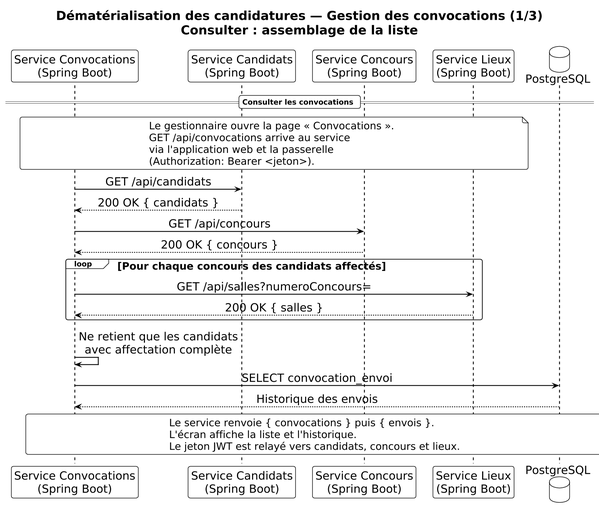
Earlier version of the PlantUML export diagramme-sequence-gestion-convocations-p1.png (mouadofficiel2003/PFE2).
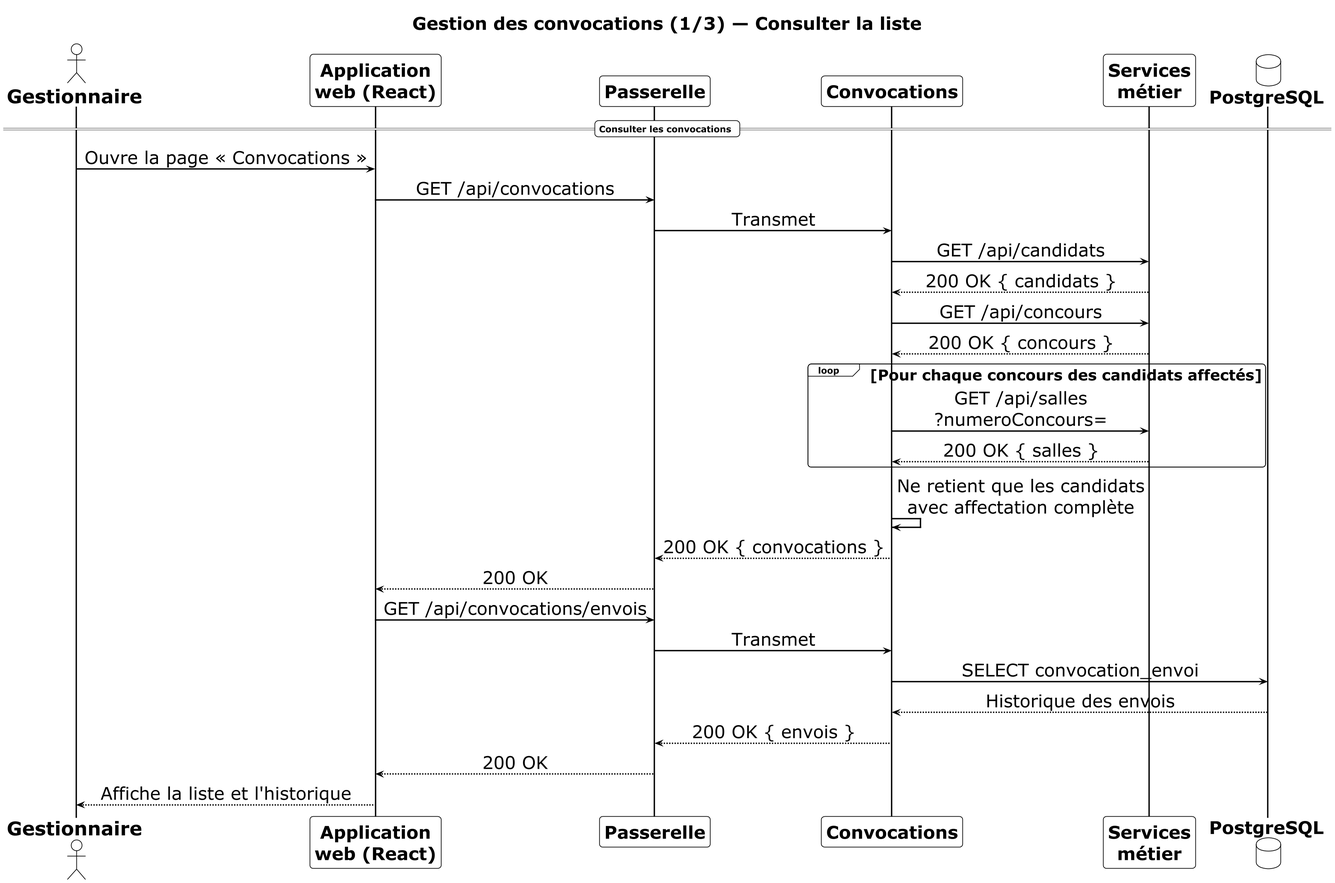
Later version of the same file.

The edit, as a diff of the source:
```diff
@@ -1,79 +1,84 @@
-@startuml
+@startuml diagramme-sequence-gestion-convocations-p1
 !theme plain
 skinparam shadowing false
-skinparam roundcorner 8
-skinparam dpi 150
+skinparam roundcorner 10
+skinparam dpi 180
 skinparam sequenceMessageAlign center
-skinparam responseMessageBelowArrow true
+skinparam responseMessageBelowArrow false
 
 <style>
 title {
-  FontSize 26
+  FontSize 32
   FontStyle bold
+  Margin 8
 }
 document {
-  FontSize 22
+  FontSize 26
 }
 sequenceDiagram {
   actor {
+    FontSize 28
+    FontStyle bold
+    Padding 8
+  }
+  participant {
+    FontSize 26
+    FontStyle bold
+    Padding 8
+  }
+  database {
+    FontSize 26
+    FontStyle bold
+    Padding 8
+  }
+  arrow {
+    FontSize 26
+    LineThickness 2
+  }
+  divider {
+    FontSize 24
+    FontStyle bold
+  }
+  group {
     FontSize 22
   }
-  participant {
-    FontSize 20
-  }
-  database {
-    FontSize 20
-  }
-  arrow {
-    FontSize 20
-    LineThickness 1.5
-  }
-  divider {
-    FontSize 20
-  }
-  group {
-    FontSize 18
-  }
-  note {
-    FontSize 18
-  }
   lifeLine {
-    LineThickness 1.5
+    LineThickness 2
   }
 }
 </style>
 
-title Dématérialisation des candidatures — Gestion des convocations (1/3)\nConsulter : assemblage de la liste
+title Gestion des convocations (1/3) — Consulter la liste
 
-participant "Service Convocations\n(Spring Boot)" as Conv
-participant "Service Candidats\n(Spring Boot)" as Cand
-participant "Service Concours\n(Spring Boot)" as Conc
-participant "Service Lieux\n(Spring Boot)" as Lieux
+actor "Gestionnaire" as Gest
+participant "Application\nweb (React)" as React
+participant "Passerelle" as GW
+participant "Convocations" as Conv
+participant "Services\nmétier" as Metier
 database "PostgreSQL" as DB
 
 == Consulter les convocations ==
-note over Conv, Lieux
-  Le gestionnaire ouvre la page « Convocations ».
-  GET /api/convocations arrive au service
-  via l'application web et la passerelle
-  (Authorization: Bearer <jeton>).
-end note
 
-Conv -> Cand : GET /api/candidats
-Cand --> Conv : 200 OK { candidats }
-Conv -> Conc : GET /api/concours
-Conc --> Conv : 200 OK { concours }
+Gest -> React : Ouvre la page « Convocations »
+React -> GW : GET /api/convocations
+GW -> Conv : Transmet
+Conv -> Metier : GET /api/candidats
+Metier --> Conv : 200 OK { candidats }
+Conv -> Metier : GET /api/concours
+Metier --> Conv : 200 OK { concours }
 loop Pour chaque concours des candidats affectés
-  Conv -> Lieux : GET /api/salles?numeroConcours=
-  Lieux --> Conv : 200 OK { salles }
+  Conv -> Metier : GET /api/salles\n?numeroConcours=
+  Metier --> Conv : 200 OK { salles }
 end
 Conv -> Conv : Ne retient que les candidats\navec affectation complète
+Conv --> GW : 200 OK { convocations }
+GW --> React : 200 OK
+React -> GW : GET /api/convocations/envois
+GW -> Conv : Transmet
 Conv -> DB : SELECT convocation_envoi
 DB --> Conv : Historique des envois
+Conv --> GW : 200 OK { envois }
+GW --> React : 200 OK
+React --> Gest : Affiche la liste et l'historique
 
-note over Conv, DB
-  Le service renvoie { convocations } puis { envois }.
-  L'écran affiche la liste et l'historique.
-  Le jeton JWT est relayé vers candidats, concours et lieux.
-end note
 @enduml
```
